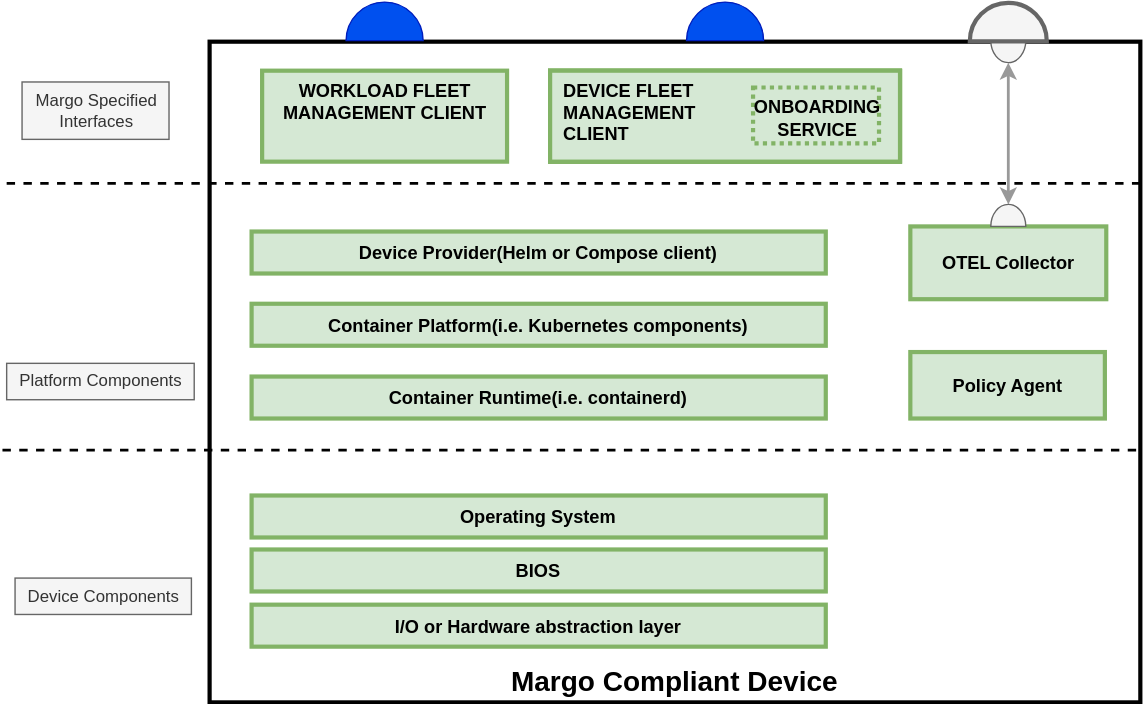
Earlier version of the draw.io export system-design/figures/device-layers.drawio.svg (margo/general_website_content). Source tidied: cells renumbered, new cells last; positions are measured from the earlier drawing's top-left corner, leaving out a move shared by most shapes.
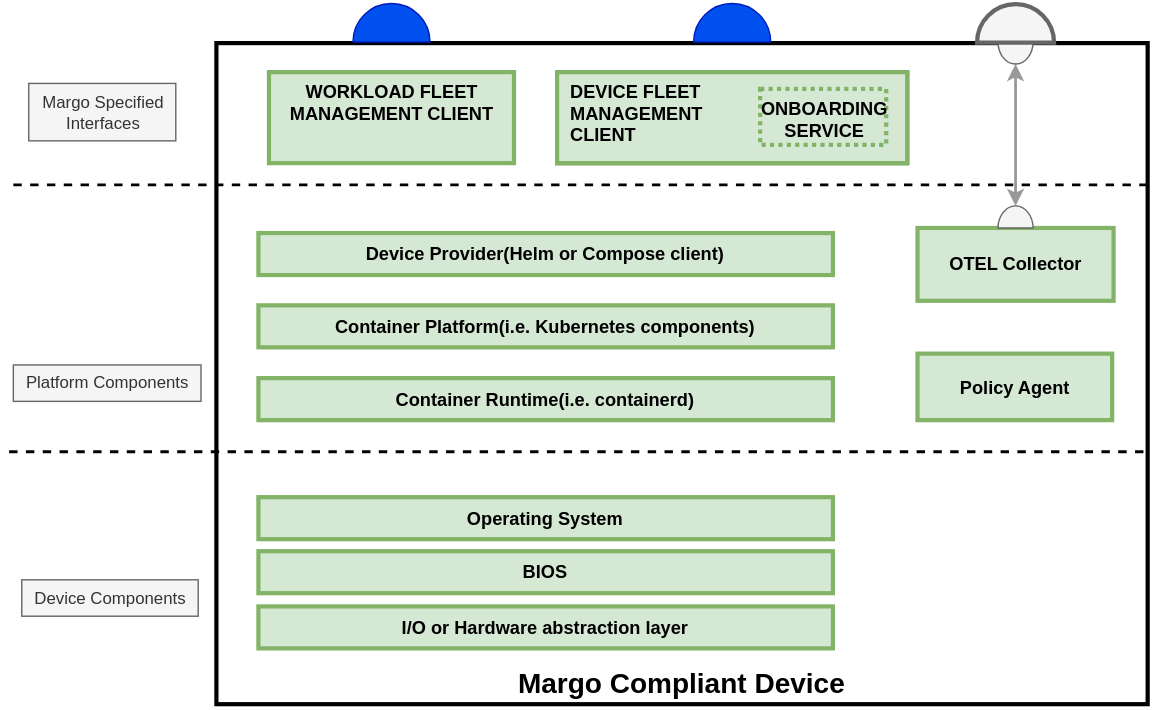
Later version of the same file.

What changed in the source:
```diff
@@ -2,6 +2,9 @@
   <root>
     <mxCell id="0" />
     <mxCell id="1" parent="0" />
+    <mxCell id="28" style="rounded=0;whiteSpace=wrap;html=1;strokeColor=none;" parent="1" vertex="1">
+      <mxGeometry x="-6" y="-2" width="824" height="507" as="geometry" />
+    </mxCell>
     <mxCell id="2" value="Margo Compliant Device" style="whiteSpace=wrap;align=center;verticalAlign=bottom;fontStyle=1;strokeWidth=3;fontSize=20;rounded=0;fontFamily=Helvetica;" parent="1" vertex="1">
       <mxGeometry x="148" y="28.3" width="665" height="472.1" as="geometry" />
     </mxCell>
```
